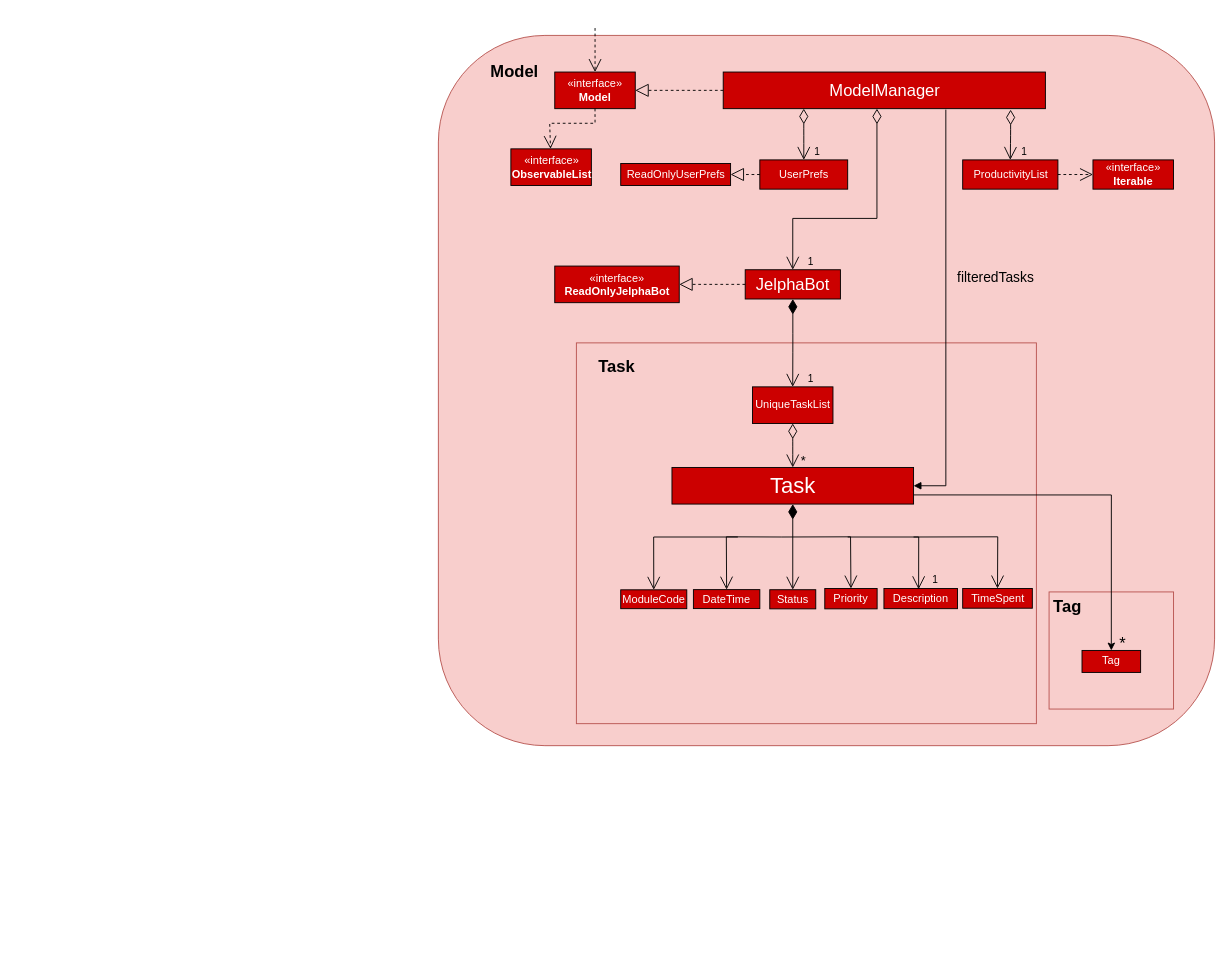
yapdianhao/main keeps this draw.io diagram as docs/diagrams/ModelClassDiagram.drawio. Above is the earlier version. Source tidied: cells renumbered, new cells numbered last; positions are measured from the earlier drawing's top-left corner, leaving out a move shared by most shapes. Both pictures are drawn from the tidied source at 92%, with x=0, y=0 at pixel (438, 28).
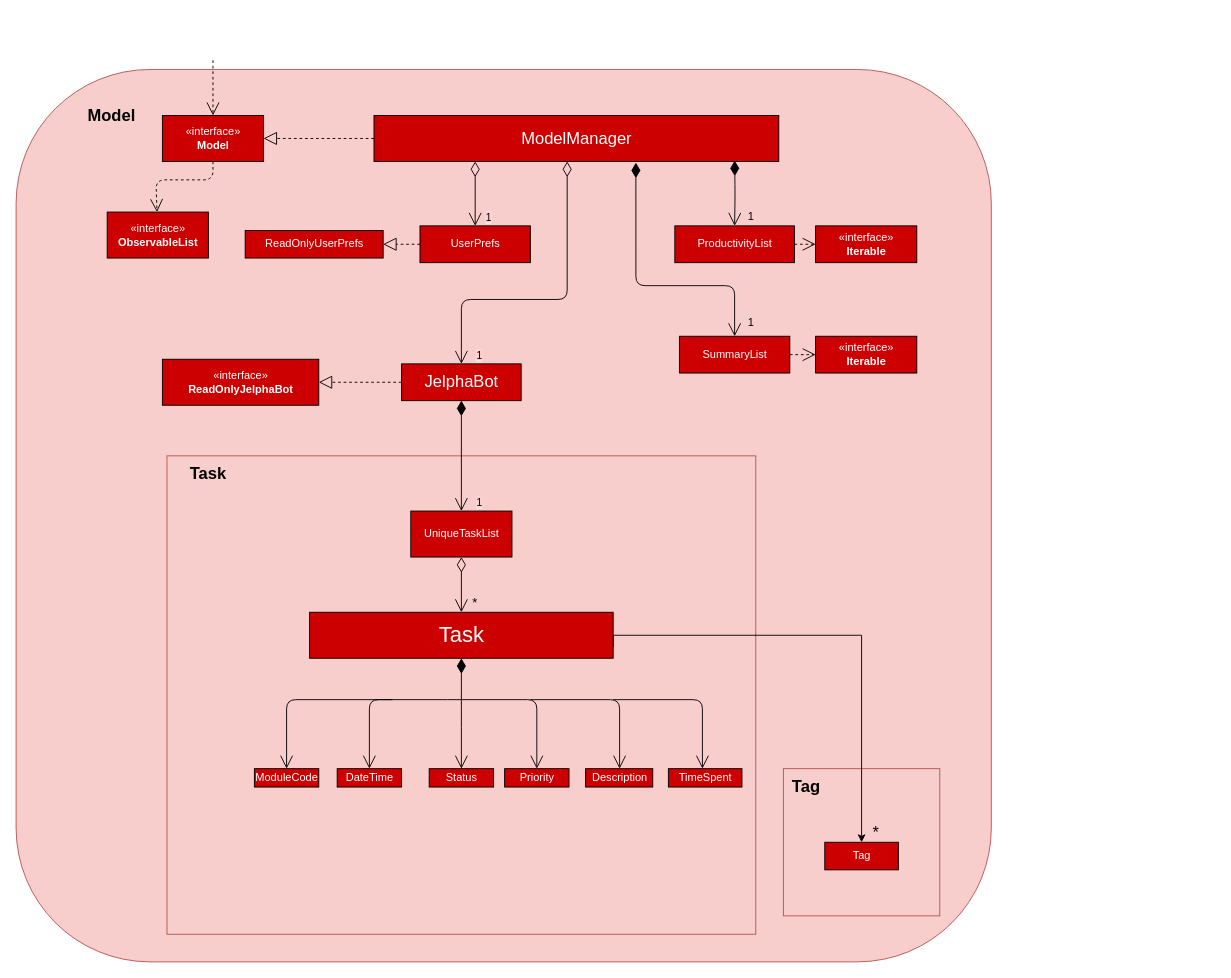
Above is the later version.

The edit, as a diff of the source:
```diff
@@
     <mxCell id="2" style="rounded=1;whiteSpace=wrap;html=1;fillColor=#f8cecc;strokeColor=#b85450;" parent="1" vertex="1">
-      <mxGeometry y="8" width="843.7" height="772" as="geometry" />
+      <mxGeometry x="-459" y="45" width="1060" height="970" as="geometry" />
     </mxCell>
     <mxCell id="3" style="rounded=0;whiteSpace=wrap;html=1;shadow=0;fillColor=#f8cecc;strokeColor=#b85450;" parent="1" vertex="1">
-      <mxGeometry x="663.8" y="612.9" width="135.3" height="127.3" as="geometry" />
+      <mxGeometry x="375" y="805" width="170" height="160" as="geometry" />
     </mxCell>
     <mxCell id="4" style="rounded=0;whiteSpace=wrap;html=1;shadow=0;fillColor=#f8cecc;strokeColor=#b85450;" parent="1" vertex="1">
-      <mxGeometry x="150" y="342.2" width="500" height="413.9" as="geometry" />
+      <mxGeometry x="-295" y="465" width="640" height="520" as="geometry" />
     </mxCell>
     <mxCell id="5" value="&lt;b&gt;&lt;font style=&quot;font-size: 18px&quot;&gt;Model&lt;/font&gt;&lt;/b&gt;" style="text;html=1;strokeColor=none;fillColor=none;align=center;verticalAlign=middle;whiteSpace=wrap;rounded=0;" parent="1" vertex="1">
-      <mxGeometry x="39" y="23.9" width="87.5" height="47.8" as="geometry" />
+      <mxGeometry x="-410" y="65" width="110" height="60" as="geometry" />
     </mxCell>
     <mxCell id="6" value="&lt;font color=&quot;#ffffff&quot; style=&quot;font-size: 18px&quot;&gt;JelphaBot&lt;/font&gt;" style="html=1;fillColor=#CC0000;" parent="1" vertex="1">
-      <mxGeometry x="333.5" y="262.7" width="103.5" height="31.8" as="geometry" />
+      <mxGeometry x="-40" y="365" width="130" height="40" as="geometry" />
     </mxCell>
     <mxCell id="7" value="&lt;font color=&quot;#ffffff&quot;&gt;&lt;font style=&quot;font-size: 18px&quot;&gt;ModelManager&lt;/font&gt;&lt;br&gt;&lt;/font&gt;" style="html=1;fillColor=#CC0000;" parent="1" vertex="1">
-      <mxGeometry x="309.6" y="47.8" width="350.2" height="39.8" as="geometry" />
+      <mxGeometry x="-70" y="95" width="440" height="50" as="geometry" />
     </mxCell>
     <mxCell id="8" value="&lt;font color=&quot;#ffffff&quot;&gt;UserPrefs&lt;/font&gt;" style="html=1;fillColor=#CC0000;" parent="1" vertex="1">
-      <mxGeometry x="349.4" y="143.3" width="95.5" height="31.8" as="geometry" />
+      <mxGeometry x="-20" y="215" width="120" height="40" as="geometry" />
     </mxCell>
     <mxCell id="9" value="&lt;font color=&quot;#ffffff&quot;&gt;ReadOnlyUserPrefs&lt;/font&gt;" style="html=1;fillColor=#CC0000;" parent="1" vertex="1">
-      <mxGeometry x="198.2" y="147.2" width="119.4" height="23.9" as="geometry" />
+      <mxGeometry x="-210" y="220" width="150" height="30" as="geometry" />
     </mxCell>
     <mxCell id="10" value="&lt;font color=&quot;#ffffff&quot;&gt;«interface»&lt;br&gt;&lt;/font&gt;&lt;b&gt;&lt;font color=&quot;#ffffff&quot;&gt;Model&lt;/font&gt;&lt;br&gt;&lt;/b&gt;" style="html=1;fillColor=#CC0000;rotation=0;" parent="1" vertex="1">
-      <mxGeometry x="126.5" y="47.8" width="87.5" height="39.8" as="geometry" />
+      <mxGeometry x="-300" y="95" width="110" height="50" as="geometry" />
     </mxCell>
     <mxCell id="11" value="&lt;font color=&quot;#ffffff&quot;&gt;UniqueTaskList&lt;/font&gt;" style="html=1;fillColor=#CC0000;" parent="1" vertex="1">
-      <mxGeometry x="341.4" y="390" width="87.5" height="39.8" as="geometry" />
+      <mxGeometry x="-30" y="525" width="110" height="50" as="geometry" />
     </mxCell>
     <mxCell id="12" value="&lt;font color=&quot;#ffffff&quot;&gt;«interface»&lt;br&gt;&lt;b&gt;ObservableList&lt;/b&gt;&lt;/font&gt;" style="html=1;fillColor=#CC0000;" parent="1" vertex="1">
-      <mxGeometry x="78.8" y="131.3" width="87.5" height="39.8" as="geometry" />
+      <mxGeometry x="-360" y="200" width="110" height="50" as="geometry" />
     </mxCell>
@@
     <mxCell id="14" style="endArrow=open;endSize=12;dashed=1;html=1;fillColor=#FF6666;" parent="1" edge="1">
       <mxGeometry relative="1" as="geometry">
-        <mxPoint x="170.3" as="sourcePoint" />
-        <mxPoint x="170.3" y="47.8" as="targetPoint" />
+        <mxPoint x="-245" y="35" as="sourcePoint" />
+        <mxPoint x="-245" y="95" as="targetPoint" />
       </mxGeometry>
     </mxCell>
-    <mxCell id="15" value="&lt;span style=&quot;&quot;&gt;1&lt;/span&gt;" style="endArrow=open;html=1;endSize=12;startArrow=diamondThin;startSize=14;startFill=0;edgeStyle=orthogonalEdgeStyle;align=left;verticalAlign=bottom;exitX=0.25;exitY=1;exitDx=0;exitDy=0;labelBackgroundColor=none;" parent="1" edge="1" source="7" target="8">
+    <mxCell id="15" value="&lt;span style=&quot;background-color: rgb(255 , 204 , 204)&quot;&gt;1&lt;/span&gt;" style="endArrow=open;html=1;endSize=12;startArrow=diamondThin;startSize=14;startFill=0;edgeStyle=orthogonalEdgeStyle;align=left;verticalAlign=bottom;exitX=0.25;exitY=1;exitDx=0;exitDy=0;" parent="1" edge="1" source="7" target="8">
       <mxGeometry x="1" y="10" relative="1" as="geometry" />
     </mxCell>
-    <mxCell id="16" value="&lt;span style=&quot;&quot;&gt;1&lt;/span&gt;" style="endArrow=open;html=1;endSize=12;startArrow=diamondThin;startSize=14;startFill=0;edgeStyle=orthogonalEdgeStyle;align=left;verticalAlign=bottom;fillColor=#FF6666;rounded=0;labelBackgroundColor=none;" parent="1" edge="1" target="6">
+    <mxCell id="16" value="&lt;span style=&quot;background-color: rgb(255 , 204 , 204)&quot;&gt;1&lt;/span&gt;" style="endArrow=open;html=1;endSize=12;startArrow=diamondThin;startSize=14;startFill=0;edgeStyle=orthogonalEdgeStyle;align=left;verticalAlign=bottom;fillColor=#FF6666;" parent="1" edge="1" target="6">
       <mxGeometry x="1" y="15" relative="1" as="geometry">
-        <mxPoint x="476.7" y="87.6" as="sourcePoint" />
+        <mxPoint x="140" y="145" as="sourcePoint" />
         <Array as="points">
-          <mxPoint x="476.7" y="206.9" />
-          <mxPoint x="385.2" y="206.9" />
+          <mxPoint x="140" y="295" />
+          <mxPoint x="25" y="295" />
         </Array>
       </mxGeometry>
     </mxCell>
     <mxCell id="17" style="endArrow=block;dashed=1;endFill=0;endSize=12;html=1;" parent="1" edge="1" target="9">
       <mxGeometry relative="1" as="geometry">
-        <mxPoint x="349.4" y="159.2" as="sourcePoint" />
+        <mxPoint x="-20" y="235" as="sourcePoint" />
       </mxGeometry>
     </mxCell>
-    <mxCell id="18" style="endArrow=open;endSize=12;dashed=1;html=1;exitX=0.5;exitY=1;exitDx=0;exitDy=0;rounded=0;" parent="1" edge="1" source="10" target="12">
+    <mxCell id="18" style="endArrow=open;endSize=12;dashed=1;html=1;exitX=0.5;exitY=1;exitDx=0;exitDy=0;" parent="1" edge="1" source="10" target="12">
       <mxGeometry relative="1" as="geometry">
         <Array as="points">
-          <mxPoint x="170.3" y="103.5" />
-          <mxPoint x="121" y="103.5" />
+          <mxPoint x="-245" y="165" />
+          <mxPoint x="-307" y="165" />
         </Array>
       </mxGeometry>
     </mxCell>
     <mxCell id="19" value="&lt;font color=&quot;#ffffff&quot;&gt;«interface»&lt;br&gt;&lt;b&gt;ReadOnlyJelphaBot&lt;/b&gt;&lt;/font&gt;" style="html=1;fillColor=#CC0000;" parent="1" vertex="1">
-      <mxGeometry x="126.5" y="258.7" width="135.3" height="39.8" as="geometry" />
+      <mxGeometry x="-300" y="360" width="170" height="50" as="geometry" />
     </mxCell>
     <mxCell id="20" style="endArrow=block;dashed=1;endFill=0;endSize=12;html=1;entryX=1;entryY=0.5;entryDx=0;entryDy=0;" parent="1" edge="1" target="19">
       <mxGeometry relative="1" as="geometry">
-        <mxPoint x="333.5" y="278.6" as="sourcePoint" />
+        <mxPoint x="-40" y="385" as="sourcePoint" />
       </mxGeometry>
     </mxCell>
     <mxCell id="21" value="&lt;font color=&quot;#ffffff&quot;&gt;ProductivityList&lt;/font&gt;" style="html=1;fillColor=#CC0000;" parent="1" vertex="1">
-      <mxGeometry x="569.9" y="143.3" width="103.5" height="31.8" as="geometry" />
+      <mxGeometry x="257" y="215" width="130" height="40" as="geometry" />
     </mxCell>
-    <mxCell id="22" value="&lt;span style=&quot;&quot;&gt;1&lt;/span&gt;" style="endArrow=open;html=1;endSize=12;startArrow=diamondThin;startSize=14;startFill=0;edgeStyle=orthogonalEdgeStyle;align=left;verticalAlign=bottom;entryX=0.5;entryY=0;entryDx=0;entryDy=0;exitX=0.892;exitY=1.027;exitDx=0;exitDy=0;exitPerimeter=0;labelBackgroundColor=none;" parent="1" edge="1" source="7" target="21">
-      <mxGeometry x="1" y="10" relative="1" as="geometry" />
-    </mxCell>
     <mxCell id="23" value="&lt;font color=&quot;#ffffff&quot;&gt;«interface»&lt;br&gt;&lt;b&gt;Iterable&lt;/b&gt;&lt;/font&gt;" style="html=1;fillColor=#CC0000;" parent="1" vertex="1">
-      <mxGeometry x="711.5" y="143.3" width="87.5" height="31.8" as="geometry" />
+      <mxGeometry x="410" y="215" width="110" height="40" as="geometry" />
     </mxCell>
@@
-    <mxCell id="25" value="&lt;span style=&quot;&quot;&gt;1&lt;/span&gt;" style="endArrow=open;html=1;endSize=12;startArrow=diamondThin;startSize=14;startFill=1;edgeStyle=orthogonalEdgeStyle;align=left;verticalAlign=bottom;entryX=0.5;entryY=0;entryDx=0;entryDy=0;exitX=0.5;exitY=1;exitDx=0;exitDy=0;labelBackgroundColor=none;" parent="1" edge="1" source="6" target="11">
+    <mxCell id="25" value="&lt;span style=&quot;background-color: rgb(255 , 204 , 204)&quot;&gt;1&lt;/span&gt;" style="endArrow=open;html=1;endSize=12;startArrow=diamondThin;startSize=14;startFill=1;edgeStyle=orthogonalEdgeStyle;align=left;verticalAlign=bottom;entryX=0.5;entryY=0;entryDx=0;entryDy=0;exitX=0.5;exitY=1;exitDx=0;exitDy=0;" parent="1" edge="1" source="6" target="11">
       <mxGeometry x="1" y="15" relative="1" as="geometry" />
     </mxCell>
@@
+    <mxCell id="40" style="edgeStyle=orthogonalEdgeStyle;rounded=0;jettySize=auto;html=1;exitX=1;exitY=0.75;exitDx=0;exitDy=0;entryX=0.5;entryY=0;entryDx=0;entryDy=0;" parent="1" edge="1" source="27" target="38">
+      <mxGeometry relative="1" as="geometry">
+        <Array as="points">
+          <mxPoint x="190" y="660" />
+          <mxPoint x="460" y="660" />
+        </Array>
+      </mxGeometry>
+    </mxCell>
     <mxCell id="27" value="&lt;font style=&quot;font-size: 24px&quot; color=&quot;#ffffff&quot;&gt;Task&lt;/font&gt;" style="html=1;fillColor=#CC0000;" parent="1" vertex="1">
-      <mxGeometry x="253.9" y="477.6" width="262.6" height="39.8" as="geometry" />
+      <mxGeometry x="-140" y="635" width="330" height="50" as="geometry" />
     </mxCell>
     <mxCell id="28" value="&lt;font style=&quot;font-size: 14px&quot;&gt;*&lt;/font&gt;" style="text;html=1;strokeColor=none;fillColor=none;align=center;verticalAlign=middle;whiteSpace=wrap;rounded=0;" parent="1" vertex="1">
-      <mxGeometry x="381.2" y="461.6" width="31.8" height="15.9" as="geometry" />
+      <mxGeometry x="20" y="615" width="40" height="20" as="geometry" />
     </mxCell>
-    <mxCell id="29" style="endArrow=block;endFill=1;html=1;edgeStyle=orthogonalEdgeStyle;align=left;verticalAlign=top;exitX=0.691;exitY=1.027;exitDx=0;exitDy=0;exitPerimeter=0;entryX=1;entryY=0.5;entryDx=0;entryDy=0;rounded=0;" parent="1" edge="1" source="7" target="27">
-      <mxGeometry x="-0.18" y="9" relative="1" as="geometry" />
-    </mxCell>
     <mxCell id="30" value="&lt;b&gt;&lt;font style=&quot;font-size: 18px&quot;&gt;Task&lt;/font&gt;&lt;/b&gt;" style="text;html=1;strokeColor=none;fillColor=none;align=center;verticalAlign=middle;whiteSpace=wrap;rounded=0;shadow=0;" parent="1" vertex="1">
-      <mxGeometry x="178.3" y="360" width="31.8" height="15.9" as="geometry" />
+      <mxGeometry x="-270" y="475" width="40" height="20" as="geometry" />
     </mxCell>
     <mxCell id="31" value="&lt;font color=&quot;#ffffff&quot;&gt;ModuleCode&lt;/font&gt;" style="html=1;shadow=0;fillColor=#CC0000;" parent="1" vertex="1">
-      <mxGeometry x="198.2" y="610.6" width="71.8" height="20.5" as="geometry" />
+      <mxGeometry x="-200" y="805" width="70" height="20" as="geometry" />
     </mxCell>
     <mxCell id="32" value="&lt;font color=&quot;#ffffff&quot;&gt;Description&lt;/font&gt;" style="html=1;shadow=0;fillColor=#CC0000;" parent="1" vertex="1">
-      <mxGeometry x="484.3" y="609.2" width="80" height="21.9" as="geometry" />
+      <mxGeometry x="160" y="805" width="73" height="20" as="geometry" />
     </mxCell>
     <mxCell id="33" value="&lt;font color=&quot;#ffffff&quot;&gt;DateTime&lt;/font&gt;" style="html=1;shadow=0;fillColor=#CC0000;" parent="1" vertex="1">
-      <mxGeometry x="277.2" y="610.4" width="72.2" height="20.6" as="geometry" />
+      <mxGeometry x="-110" y="805" width="70" height="20" as="geometry" />
     </mxCell>
     <mxCell id="34" value="&lt;font color=&quot;#ffffff&quot;&gt;Status&lt;/font&gt;" style="html=1;shadow=0;fillColor=#CC0000;" parent="1" vertex="1">
-      <mxGeometry x="360.2" y="610.5" width="50" height="20.8" as="geometry" />
+      <mxGeometry x="-10" y="805" width="70" height="20" as="geometry" />
     </mxCell>
     <mxCell id="35" value="&lt;font color=&quot;#ffffff&quot;&gt;Priority&lt;/font&gt;" style="html=1;shadow=0;fillColor=#CC0000;" parent="1" vertex="1">
-      <mxGeometry x="420" y="609.2" width="56.9" height="22.1" as="geometry" />
+      <mxGeometry x="72" y="805" width="70" height="20" as="geometry" />
     </mxCell>
     <mxCell id="36" value="&lt;font color=&quot;#ffffff&quot;&gt;TimeSpent&lt;/font&gt;" style="html=1;shadow=0;fillColor=#CC0000;" parent="1" vertex="1">
-      <mxGeometry x="569.9" y="609.2" width="75.7" height="21.4" as="geometry" />
+      <mxGeometry x="250" y="805" width="80" height="20" as="geometry" />
     </mxCell>
     <mxCell id="37" value="&lt;font style=&quot;font-size: 18px&quot;&gt;&lt;b&gt;Tag&lt;/b&gt;&lt;/font&gt;" style="text;html=1;strokeColor=none;fillColor=none;align=center;verticalAlign=middle;whiteSpace=wrap;rounded=0;shadow=0;" parent="1" vertex="1">
-      <mxGeometry x="667.8" y="620.8" width="31.8" height="15.9" as="geometry" />
+      <mxGeometry x="380" y="815" width="40" height="20" as="geometry" />
     </mxCell>
     <mxCell id="38" value="&lt;font color=&quot;#ffffff&quot;&gt;Tag&lt;/font&gt;" style="html=1;shadow=0;fillColor=#CC0000;" parent="1" vertex="1">
-      <mxGeometry x="699.6" y="676.5" width="63.7" height="23.9" as="geometry" />
+      <mxGeometry x="420" y="885" width="80" height="30" as="geometry" />
     </mxCell>
     <mxCell id="39" value="&lt;font style=&quot;font-size: 18px&quot;&gt;*&lt;/font&gt;" style="text;html=1;strokeColor=none;fillColor=none;align=center;verticalAlign=middle;whiteSpace=wrap;rounded=0;shadow=0;" parent="1" vertex="1">
-      <mxGeometry x="728.3" y="660.6" width="31.8" height="15.9" as="geometry" />
+      <mxGeometry x="456" y="865" width="40" height="20" as="geometry" />
     </mxCell>
-    <mxCell id="40" style="edgeStyle=orthogonalEdgeStyle;rounded=0;jettySize=auto;html=1;exitX=1;exitY=0.75;exitDx=0;exitDy=0;entryX=0.5;entryY=0;entryDx=0;entryDy=0;" parent="1" edge="1" source="27" target="38">
-      <mxGeometry relative="1" as="geometry" />
-    </mxCell>
     <mxCell id="41" style="endArrow=open;html=1;endSize=12;startArrow=diamondThin;startSize=14;startFill=1;edgeStyle=orthogonalEdgeStyle;align=left;verticalAlign=bottom;exitX=0.5;exitY=1;exitDx=0;exitDy=0;entryX=0.5;entryY=0;entryDx=0;entryDy=0;" parent="1" edge="1" source="27" target="34">
       <mxGeometry x="-1" y="3" relative="1" as="geometry">
         <Array as="points">
-          <mxPoint x="385" y="611" />
+          <mxPoint x="25" y="750" />
+          <mxPoint x="25" y="750" />
         </Array>
       </mxGeometry>
     </mxCell>
-    <mxCell id="42" value="&lt;font style=&quot;font-size: 15px&quot;&gt;filteredTasks&lt;/font&gt;" style="text;html=1;strokeColor=none;fillColor=none;align=center;verticalAlign=middle;whiteSpace=wrap;rounded=0;" parent="1" vertex="1">
-      <mxGeometry x="590" y="262.7" width="31.8" height="15.9" as="geometry" />
-    </mxCell>
-    <mxCell id="43" style="endArrow=open;endFill=1;endSize=12;html=1;entryX=0.5;entryY=0;entryDx=0;entryDy=0;rounded=0;" parent="1" edge="1" target="33">
+    <mxCell id="43" style="endArrow=open;endFill=1;endSize=12;html=1;entryX=0.5;entryY=0;entryDx=0;entryDy=0;" parent="1" edge="1" target="33">
       <mxGeometry relative="1" as="geometry">
-        <mxPoint x="373.3" y="553.2" as="sourcePoint" />
+        <mxPoint x="10" y="730" as="sourcePoint" />
         <Array as="points">
-          <mxPoint x="313" y="553" />
+          <mxPoint x="-75" y="730" />
         </Array>
       </mxGeometry>
     </mxCell>
-    <mxCell id="44" style="endArrow=open;endFill=1;endSize=12;html=1;entryX=0.5;entryY=0;entryDx=0;entryDy=0;rounded=0;" parent="1" edge="1" target="31">
+    <mxCell id="44" style="endArrow=open;endFill=1;endSize=12;html=1;entryX=0.5;entryY=0;entryDx=0;entryDy=0;" parent="1" edge="1" target="31">
       <mxGeometry relative="1" as="geometry">
-        <mxPoint x="325.5" y="553.2" as="sourcePoint" />
+        <mxPoint x="-50" y="730" as="sourcePoint" />
         <Array as="points">
-          <mxPoint x="234" y="553.2" />
+          <mxPoint x="-165" y="730" />
         </Array>
       </mxGeometry>
     </mxCell>
-    <mxCell id="45" style="endArrow=open;endFill=1;endSize=12;html=1;entryX=0.5;entryY=0;entryDx=0;entryDy=0;rounded=0;" parent="1" edge="1" target="35">
+    <mxCell id="45" style="endArrow=open;endFill=1;endSize=12;html=1;entryX=0.5;entryY=0;entryDx=0;entryDy=0;" parent="1" edge="1" target="35">
       <mxGeometry relative="1" as="geometry">
-        <mxPoint x="373.3" y="553.2" as="sourcePoint" />
+        <mxPoint x="10" y="730" as="sourcePoint" />
         <Array as="points">
-          <mxPoint x="448" y="553" />
+          <mxPoint x="107" y="730" />
         </Array>
       </mxGeometry>
     </mxCell>
-    <mxCell id="46" value="1" style="endArrow=open;endFill=1;endSize=12;html=1;rounded=0;labelBackgroundColor=none;" parent="1" edge="1">
-      <mxGeometry x="0.85" y="18" relative="1" as="geometry">
-        <mxPoint x="444.9" y="553.2" as="sourcePoint" />
-        <mxPoint x="522" y="610" as="targetPoint" />
+    <mxCell id="46" style="endArrow=open;endFill=1;endSize=12;html=1;entryX=0.5;entryY=0;entryDx=0;entryDy=0;" parent="1" edge="1">
+      <mxGeometry relative="1" as="geometry">
+        <mxPoint x="100" y="730" as="sourcePoint" />
+        <mxPoint x="197" y="805" as="targetPoint" />
         <Array as="points">
-          <mxPoint x="522.1" y="553.2" />
+          <mxPoint x="197" y="730" />
         </Array>
       </mxGeometry>
     </mxCell>
-    <mxCell id="47" style="endArrow=open;endFill=1;endSize=12;html=1;rounded=0;entryX=0.5;entryY=0;entryDx=0;entryDy=0;" parent="1" edge="1" target="36">
+    <mxCell id="47" style="endArrow=open;endFill=1;endSize=12;html=1;" parent="1" edge="1">
       <mxGeometry relative="1" as="geometry">
-        <mxPoint x="516.5" y="553.2" as="sourcePoint" />
+        <mxPoint x="190" y="730" as="sourcePoint" />
+        <mxPoint x="287" y="805" as="targetPoint" />
         <Array as="points">
-          <mxPoint x="608" y="553" />
+          <mxPoint x="287" y="730" />
         </Array>
       </mxGeometry>
     </mxCell>
+    <mxCell id="48" value="&lt;font color=&quot;#ffffff&quot;&gt;SummaryList&lt;/font&gt;" style="html=1;fillColor=#CC0000;" parent="1" vertex="1">
+      <mxGeometry x="262" y="335" width="120" height="40" as="geometry" />
+    </mxCell>
+    <mxCell id="49" value="&lt;font color=&quot;#ffffff&quot;&gt;«interface»&lt;br&gt;&lt;b&gt;Iterable&lt;/b&gt;&lt;/font&gt;" style="html=1;fillColor=#CC0000;" parent="1" vertex="1">
+      <mxGeometry x="410" y="335" width="110" height="40" as="geometry" />
+    </mxCell>
+    <mxCell id="50" style="endArrow=open;endSize=12;dashed=1;html=1;entryX=0;entryY=0.5;entryDx=0;entryDy=0;exitX=1;exitY=0.5;exitDx=0;exitDy=0;" parent="1" edge="1" source="48" target="49">
+      <mxGeometry relative="1" as="geometry" />
+    </mxCell>
+    <mxCell id="51" value="1" style="text;html=1;strokeColor=none;fillColor=none;align=center;verticalAlign=middle;whiteSpace=wrap;rounded=0;" parent="1" vertex="1">
+      <mxGeometry x="320" y="310" width="40" height="20" as="geometry" />
+    </mxCell>
+    <mxCell id="52" style="endArrow=open;html=1;endSize=12;startArrow=diamondThin;startSize=14;startFill=1;edgeStyle=orthogonalEdgeStyle;align=left;verticalAlign=bottom;entryX=0.5;entryY=0;entryDx=0;entryDy=0;" parent="1" edge="1" target="21">
+      <mxGeometry x="0.58" y="8" relative="1" as="geometry">
+        <mxPoint x="322" y="144" as="sourcePoint" />
+      </mxGeometry>
+    </mxCell>
+    <mxCell id="53" value="1" style="text;html=1;strokeColor=none;fillColor=none;align=center;verticalAlign=middle;whiteSpace=wrap;rounded=0;" parent="1" vertex="1">
+      <mxGeometry x="320" y="195" width="40" height="20" as="geometry" />
+    </mxCell>
+    <mxCell id="54" style="endArrow=open;html=1;endSize=12;startArrow=diamondThin;startSize=14;startFill=1;edgeStyle=orthogonalEdgeStyle;align=left;verticalAlign=bottom;exitX=0.647;exitY=1.026;exitDx=0;exitDy=0;exitPerimeter=0;entryX=0.5;entryY=0;entryDx=0;entryDy=0;" parent="1" edge="1" source="7" target="48">
+      <mxGeometry x="-1" y="3" relative="1" as="geometry">
+        <Array as="points">
+          <mxPoint x="215" y="280" />
+          <mxPoint x="322" y="280" />
+        </Array>
+      </mxGeometry>
+    </mxCell>
```
